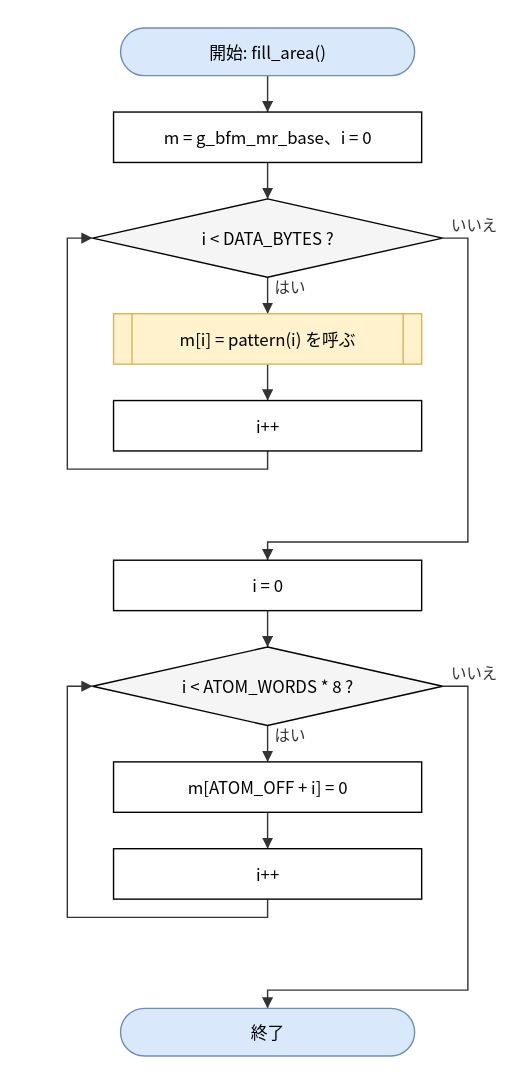
This is doc/spec/images/flow_test_bfm_test-fill_area.drawio.svg from hf355051012-ai/bfmem, a draw.io export, as it was before one commit. Source tidied: cells renumbered, new cells last; positions are measured from the earlier drawing's top-left corner, leaving out a move shared by most shapes. Source of this version:
```xml
<mxGraphModel>
  <root>
    <mxCell id="0" />
    <mxCell id="1" parent="0" />
    <mxCell id="2" value="開始: fill_area()" style="rounded=1;arcSize=50;whiteSpace=wrap;html=1;fillColor=#dae8fc;strokeColor=#6c8ebf;" parent="1" vertex="1">
      <mxGeometry x="38" width="210" height="34" as="geometry" />
    </mxCell>
    <mxCell id="3" value="m = g_bfm_mr_base、i = 0" style="rounded=0;whiteSpace=wrap;html=1;" parent="1" vertex="1">
      <mxGeometry x="33" y="60" width="220" height="36" as="geometry" />
    </mxCell>
    <mxCell id="4" value="i &amp;lt; DATA_BYTES ?" style="rhombus;whiteSpace=wrap;html=1;fillColor=#f5f5f5;" parent="1" vertex="1">
      <mxGeometry x="18" y="122" width="250" height="56" as="geometry" />
    </mxCell>
    <mxCell id="5" value="m[i] = pattern(i) を呼ぶ" style="shape=process;whiteSpace=wrap;html=1;backgroundOutline=1;size=0.06;fillColor=#fff2cc;strokeColor=#d6b656;" parent="1" vertex="1">
      <mxGeometry x="33" y="204" width="220" height="36" as="geometry" />
    </mxCell>
    <mxCell id="6" value="i++" style="rounded=0;whiteSpace=wrap;html=1;" parent="1" vertex="1">
      <mxGeometry x="33" y="266" width="220" height="36" as="geometry" />
    </mxCell>
    <mxCell id="7" value="i = 0" style="rounded=0;whiteSpace=wrap;html=1;" parent="1" vertex="1">
      <mxGeometry x="33" y="380" width="220" height="36" as="geometry" />
    </mxCell>
    <mxCell id="8" value="i &amp;lt; ATOM_WORDS * 8 ?" style="rhombus;whiteSpace=wrap;html=1;fillColor=#f5f5f5;" parent="1" vertex="1">
      <mxGeometry x="18" y="442" width="250" height="56" as="geometry" />
    </mxCell>
    <mxCell id="9" value="m[ATOM_OFF + i] = 0" style="rounded=0;whiteSpace=wrap;html=1;" parent="1" vertex="1">
      <mxGeometry x="33" y="524" width="220" height="36" as="geometry" />
    </mxCell>
    <mxCell id="10" value="i++" style="rounded=0;whiteSpace=wrap;html=1;" parent="1" vertex="1">
      <mxGeometry x="33" y="586" width="220" height="36" as="geometry" />
    </mxCell>
    <mxCell id="11" value="終了" style="rounded=1;arcSize=50;whiteSpace=wrap;html=1;fillColor=#dae8fc;strokeColor=#6c8ebf;" parent="1" vertex="1">
      <mxGeometry x="38" y="700" width="210" height="34" as="geometry" />
    </mxCell>
    <mxCell id="12" style="edgeStyle=none;html=1;rounded=0;endArrow=block;endFill=1;exitX=0.5000;exitY=1.0000;exitDx=0;exitDy=0;exitPerimeter=0;entryX=0.5000;entryY=0.0000;entryDx=0;entryDy=0;entryPerimeter=0;" parent="1" edge="1" source="2" target="3">
      <mxGeometry relative="1" as="geometry" />
    </mxCell>
    <mxCell id="13" style="edgeStyle=none;html=1;rounded=0;endArrow=block;endFill=1;exitX=0.5000;exitY=1.0000;exitDx=0;exitDy=0;exitPerimeter=0;entryX=0.5000;entryY=0.0000;entryDx=0;entryDy=0;entryPerimeter=0;" parent="1" edge="1" source="3" target="4">
      <mxGeometry relative="1" as="geometry" />
    </mxCell>
    <mxCell id="14" value="はい" style="edgeStyle=none;html=1;rounded=0;endArrow=block;endFill=1;exitX=0.5000;exitY=1.0000;exitDx=0;exitDy=0;exitPerimeter=0;entryX=0.5000;entryY=0.0000;entryDx=0;entryDy=0;entryPerimeter=0;" parent="1" edge="1" source="4" target="5">
      <mxGeometry relative="1" as="geometry" />
    </mxCell>
    <mxCell id="15" style="edgeStyle=none;html=1;rounded=0;endArrow=block;endFill=1;exitX=0.5000;exitY=1.0000;exitDx=0;exitDy=0;exitPerimeter=0;entryX=0.5000;entryY=0.0000;entryDx=0;entryDy=0;entryPerimeter=0;" parent="1" edge="1" source="5" target="6">
      <mxGeometry relative="1" as="geometry" />
    </mxCell>
    <mxCell id="16" style="edgeStyle=none;html=1;rounded=0;endArrow=block;endFill=1;exitX=0.5000;exitY=1.0000;exitDx=0;exitDy=0;exitPerimeter=0;entryX=0.0000;entryY=0.5000;entryDx=0;entryDy=0;entryPerimeter=0;" parent="1" edge="1" source="6" target="4">
      <mxGeometry relative="1" as="geometry">
        <Array as="points">
          <mxPoint x="143" y="315" />
          <mxPoint y="315" />
          <mxPoint y="150" />
        </Array>
      </mxGeometry>
    </mxCell>
    <mxCell id="17" value="いいえ" style="edgeStyle=none;html=1;rounded=0;endArrow=block;endFill=1;exitX=1.0000;exitY=0.5000;exitDx=0;exitDy=0;exitPerimeter=0;entryX=0.5000;entryY=0.0000;entryDx=0;entryDy=0;entryPerimeter=0;" parent="1" edge="1" source="4" target="7">
      <mxGeometry relative="1" as="geometry">
        <Array as="points">
          <mxPoint x="286" y="150" />
          <mxPoint x="286" y="367" />
          <mxPoint x="143" y="367" />
        </Array>
      </mxGeometry>
    </mxCell>
    <mxCell id="18" style="edgeStyle=none;html=1;rounded=0;endArrow=block;endFill=1;exitX=0.5000;exitY=1.0000;exitDx=0;exitDy=0;exitPerimeter=0;entryX=0.5000;entryY=0.0000;entryDx=0;entryDy=0;entryPerimeter=0;" parent="1" edge="1" source="7" target="8">
      <mxGeometry relative="1" as="geometry" />
    </mxCell>
    <mxCell id="19" value="はい" style="edgeStyle=none;html=1;rounded=0;endArrow=block;endFill=1;exitX=0.5000;exitY=1.0000;exitDx=0;exitDy=0;exitPerimeter=0;entryX=0.5000;entryY=0.0000;entryDx=0;entryDy=0;entryPerimeter=0;" parent="1" edge="1" source="8" target="9">
      <mxGeometry relative="1" as="geometry" />
    </mxCell>
    <mxCell id="20" style="edgeStyle=none;html=1;rounded=0;endArrow=block;endFill=1;exitX=0.5000;exitY=1.0000;exitDx=0;exitDy=0;exitPerimeter=0;entryX=0.5000;entryY=0.0000;entryDx=0;entryDy=0;entryPerimeter=0;" parent="1" edge="1" source="9" target="10">
      <mxGeometry relative="1" as="geometry" />
    </mxCell>
    <mxCell id="21" style="edgeStyle=none;html=1;rounded=0;endArrow=block;endFill=1;exitX=0.5000;exitY=1.0000;exitDx=0;exitDy=0;exitPerimeter=0;entryX=0.0000;entryY=0.5000;entryDx=0;entryDy=0;entryPerimeter=0;" parent="1" edge="1" source="10" target="8">
      <mxGeometry relative="1" as="geometry">
        <Array as="points">
          <mxPoint x="143" y="635" />
          <mxPoint y="635" />
          <mxPoint y="470" />
        </Array>
      </mxGeometry>
    </mxCell>
    <mxCell id="22" value="いいえ" style="edgeStyle=none;html=1;rounded=0;endArrow=block;endFill=1;exitX=1.0000;exitY=0.5000;exitDx=0;exitDy=0;exitPerimeter=0;entryX=0.5000;entryY=0.0000;entryDx=0;entryDy=0;entryPerimeter=0;" parent="1" edge="1" source="8" target="11">
      <mxGeometry relative="1" as="geometry">
        <Array as="points">
          <mxPoint x="286" y="470" />
          <mxPoint x="286" y="687" />
          <mxPoint x="143" y="687" />
        </Array>
      </mxGeometry>
    </mxCell>
  </root>
</mxGraphModel>
```
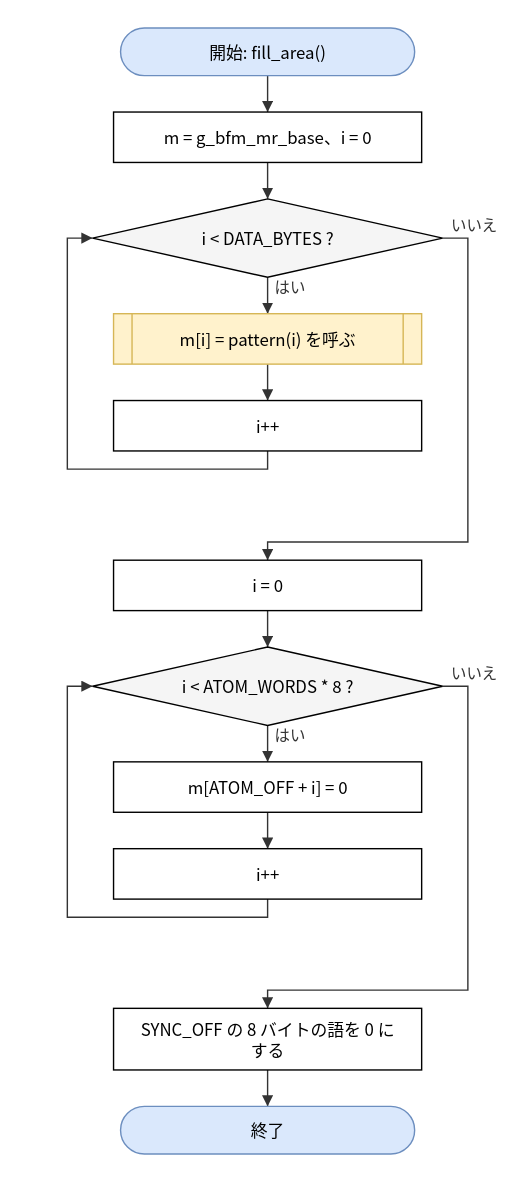
After the change.

What changed in the source:
```diff
@@ -29,9 +29,12 @@
     <mxCell id="10" value="i++" style="rounded=0;whiteSpace=wrap;html=1;" parent="1" vertex="1">
       <mxGeometry x="33" y="586" width="220" height="36" as="geometry" />
     </mxCell>
-    <mxCell id="11" value="終了" style="rounded=1;arcSize=50;whiteSpace=wrap;html=1;fillColor=#dae8fc;strokeColor=#6c8ebf;" parent="1" vertex="1">
-      <mxGeometry x="38" y="700" width="210" height="34" as="geometry" />
+    <mxCell id="11" value="SYNC_OFF の 8 バイトの語を 0 に&lt;br&gt;する" style="rounded=0;whiteSpace=wrap;html=1;" parent="1" vertex="1">
+      <mxGeometry x="33" y="700" width="220" height="44" as="geometry" />
     </mxCell>
+    <mxCell id="23" value="終了" style="rounded=1;arcSize=50;whiteSpace=wrap;html=1;fillColor=#dae8fc;strokeColor=#6c8ebf;" parent="1" vertex="1">
+      <mxGeometry x="38" y="770" width="210" height="34" as="geometry" />
+    </mxCell>
     <mxCell id="12" style="edgeStyle=none;html=1;rounded=0;endArrow=block;endFill=1;exitX=0.5000;exitY=1.0000;exitDx=0;exitDy=0;exitPerimeter=0;entryX=0.5000;entryY=0.0000;entryDx=0;entryDy=0;entryPerimeter=0;" parent="1" edge="1" source="2" target="3">
       <mxGeometry relative="1" as="geometry" />
     </mxCell>
@@ -89,5 +92,8 @@
         </Array>
       </mxGeometry>
     </mxCell>
+    <mxCell id="24" style="edgeStyle=none;html=1;rounded=0;endArrow=block;endFill=1;exitX=0.5000;exitY=1.0000;exitDx=0;exitDy=0;exitPerimeter=0;entryX=0.5000;entryY=0.0000;entryDx=0;entryDy=0;entryPerimeter=0;" parent="1" edge="1" source="11" target="23">
+      <mxGeometry relative="1" as="geometry" />
+    </mxCell>
   </root>
 </mxGraphModel>
```
